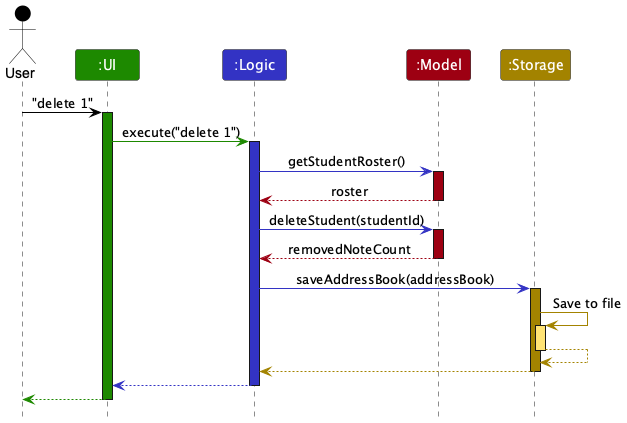
Earlier version of the PlantUML export docs/images/ArchitectureSequenceDiagram.png (AY2627S1-CS2103T-F09-1/tp).
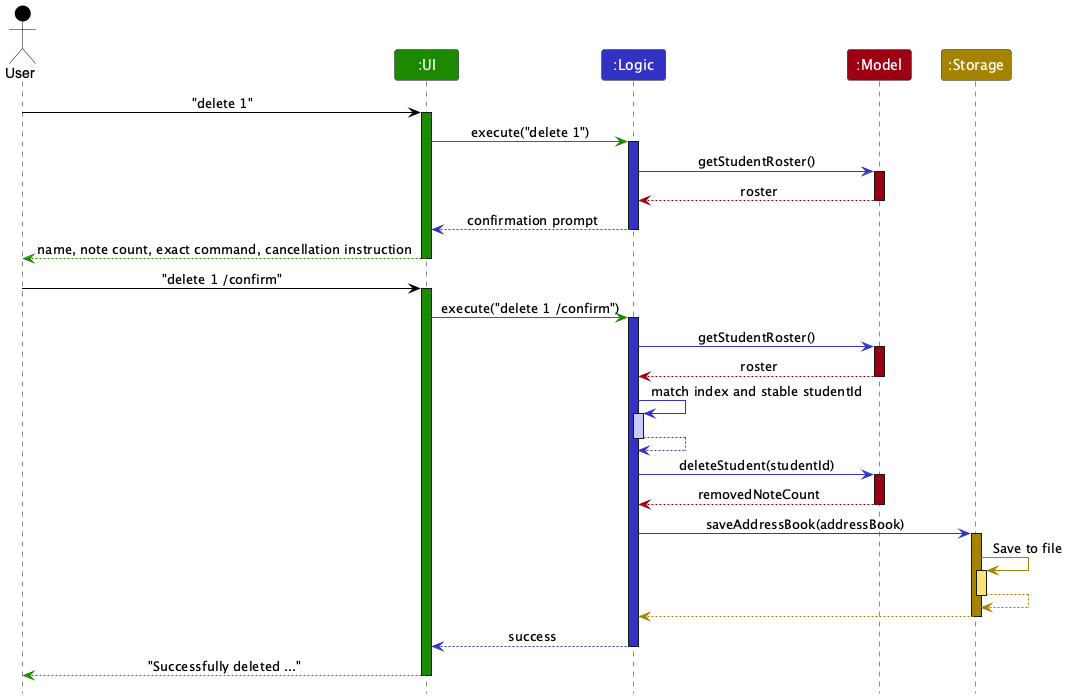
Later version of the same file.

Diff of the diagram source:
```diff
@@ -10,36 +10,43 @@
 
 user -[USER_COLOR]> ui : "delete 1"
 activate ui UI_COLOR
-
 ui -[UI_COLOR]> logic : execute("delete 1")
 activate logic LOGIC_COLOR
-
 logic -[LOGIC_COLOR]> model : getStudentRoster()
 activate model MODEL_COLOR
-
 model -[MODEL_COLOR]-> logic : roster
 deactivate model
+logic --[LOGIC_COLOR]> ui : confirmation prompt
+deactivate logic
+ui --[UI_COLOR]> user : name, note count, exact command, cancellation instruction
+deactivate ui
 
+user -[USER_COLOR]> ui : "delete 1 /confirm"
+activate ui UI_COLOR
+ui -[UI_COLOR]> logic : execute("delete 1 /confirm")
+activate logic LOGIC_COLOR
+logic -[LOGIC_COLOR]> model : getStudentRoster()
+activate model MODEL_COLOR
+model -[MODEL_COLOR]-> logic : roster
+deactivate model
+logic -[LOGIC_COLOR]> logic : match index and stable studentId
+activate logic LOGIC_COLOR_T1
+logic --[LOGIC_COLOR]> logic
+deactivate logic
 logic -[LOGIC_COLOR]> model : deleteStudent(studentId)
 activate model MODEL_COLOR
-
 model -[MODEL_COLOR]-> logic : removedNoteCount
 deactivate model
-
 logic -[LOGIC_COLOR]> storage : saveAddressBook(addressBook)
 activate storage STORAGE_COLOR
-
 storage -[STORAGE_COLOR]> storage : Save to file
 activate storage STORAGE_COLOR_T1
 storage --[STORAGE_COLOR]> storage
 deactivate storage
-
 storage --[STORAGE_COLOR]> logic
 deactivate storage
-
-logic --[LOGIC_COLOR]> ui
+logic --[LOGIC_COLOR]> ui : success
 deactivate logic
-
-ui--[UI_COLOR]> user
+ui --[UI_COLOR]> user : "Successfully deleted ..."
 deactivate ui
 @enduml
```
